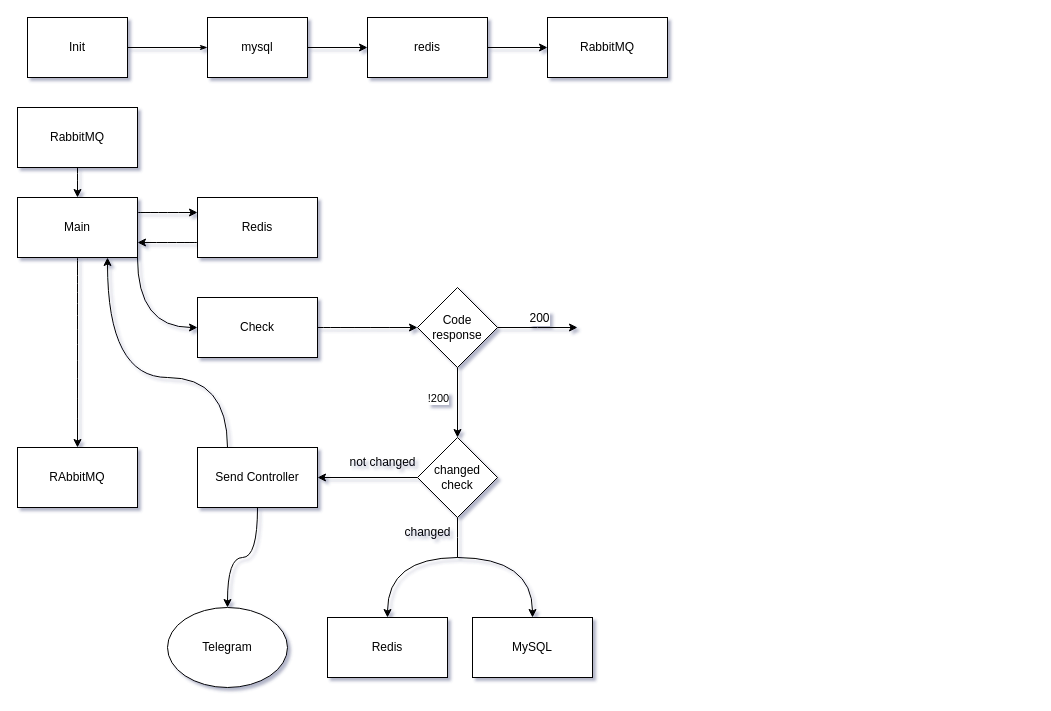
Earlier version of the draw.io diagram CheckService.drawio.xml (kelmik91/checking-websites). Source tidied: cells renumbered, new cells numbered last; positions are measured from the earlier drawing's top-left corner, leaving out a move shared by most shapes. Both pictures are drawn from the tidied source at 100%, with x=0, y=0 at pixel (17, 17).
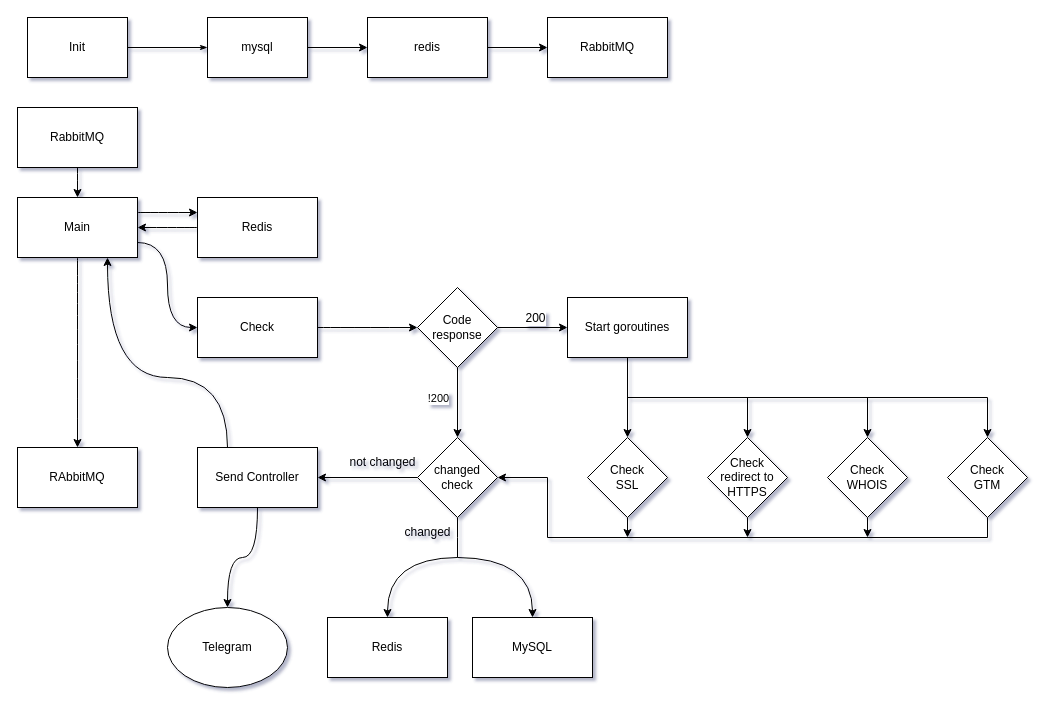
Above is the later version.

Unchanged cells that the change refers to:
```xml
<mxCell id="5" value="Main" style="whiteSpace=wrap;html=1;" parent="1" vertex="1">
  <mxGeometry y="180" width="120" height="60" as="geometry" />
</mxCell>
<mxCell id="9" value="Redis" style="rounded=0;whiteSpace=wrap;html=1;" parent="1" vertex="1">
  <mxGeometry x="180" y="180" width="120" height="60" as="geometry" />
</mxCell>
<mxCell id="18" value="Check" style="rounded=0;whiteSpace=wrap;html=1;" parent="1" vertex="1">
  <mxGeometry x="180" y="280" width="120" height="60" as="geometry" />
</mxCell>
<mxCell id="23" value="Code response" style="rhombus;whiteSpace=wrap;html=1;rounded=0;" parent="1" vertex="1">
  <mxGeometry x="400" y="270" width="80" height="80" as="geometry" />
</mxCell>
<mxCell id="35" value="changed&lt;br&gt;check" style="rhombus;whiteSpace=wrap;html=1;" parent="1" vertex="1">
  <mxGeometry x="400" y="420" width="80" height="80" as="geometry" />
</mxCell>
```

What changed in the source:
```diff
@@
-    <mxCell id="4" style="edgeStyle=orthogonalEdgeStyle;rounded=0;jettySize=auto;html=1;exitX=1;exitY=1;exitDx=0;exitDy=0;entryX=0;entryY=0.5;entryDx=0;entryDy=0;curved=1;" parent="1" edge="1" source="5" target="18">
+    <mxCell id="4" style="edgeStyle=orthogonalEdgeStyle;rounded=0;jettySize=auto;html=1;exitX=1;exitY=0.75;exitDx=0;exitDy=0;entryX=0;entryY=0.5;entryDx=0;entryDy=0;curved=1;" parent="1" edge="1" source="5" target="18">
       <mxGeometry relative="1" as="geometry" />
     </mxCell>
@@
-    <mxCell id="16" style="endArrow=classic;html=1;rounded=0;exitX=0;exitY=0.75;exitDx=0;exitDy=0;entryX=1;entryY=0.75;entryDx=0;entryDy=0;edgeStyle=orthogonalEdgeStyle;curved=1;" parent="1" edge="1" source="9" target="5">
+    <mxCell id="16" style="endArrow=classic;html=1;rounded=0;exitX=0;exitY=0.5;exitDx=0;exitDy=0;entryX=1;entryY=0.5;entryDx=0;entryDy=0;edgeStyle=orthogonalEdgeStyle;curved=1;" parent="1" edge="1" source="9" target="5">
       <mxGeometry relative="1" as="geometry" />
     </mxCell>
@@
-    <mxCell id="21" style="edgeStyle=orthogonalEdgeStyle;rounded=0;jettySize=auto;html=1;" parent="1" edge="1" source="23">
-      <mxGeometry relative="1" as="geometry">
-        <mxPoint x="560" y="310" as="targetPoint" />
-      </mxGeometry>
+    <mxCell id="21" style="edgeStyle=orthogonalEdgeStyle;rounded=0;jettySize=auto;html=1;entryX=0;entryY=0.5;entryDx=0;entryDy=0;" parent="1" edge="1" source="23" target="42">
+      <mxGeometry relative="1" as="geometry" />
     </mxCell>
@@
+    <mxCell id="38" style="edgeStyle=orthogonalEdgeStyle;rounded=0;jettySize=auto;html=1;exitX=0.5;exitY=1;exitDx=0;exitDy=0;entryX=0.5;entryY=0;entryDx=0;entryDy=0;" parent="1" edge="1" source="42" target="44">
+      <mxGeometry relative="1" as="geometry" />
+    </mxCell>
+    <mxCell id="39" style="edgeStyle=orthogonalEdgeStyle;rounded=0;jettySize=auto;html=1;exitX=0.5;exitY=1;exitDx=0;exitDy=0;" parent="1" edge="1" source="42" target="46">
+      <mxGeometry relative="1" as="geometry" />
+    </mxCell>
+    <mxCell id="40" style="edgeStyle=orthogonalEdgeStyle;rounded=0;jettySize=auto;html=1;exitX=0.5;exitY=1;exitDx=0;exitDy=0;entryX=0.5;entryY=0;entryDx=0;entryDy=0;" parent="1" edge="1" source="42" target="48">
+      <mxGeometry relative="1" as="geometry" />
+    </mxCell>
+    <mxCell id="41" style="edgeStyle=orthogonalEdgeStyle;rounded=0;jettySize=auto;html=1;exitX=0.5;exitY=1;exitDx=0;exitDy=0;entryX=0.5;entryY=0;entryDx=0;entryDy=0;" parent="1" edge="1" source="42" target="50">
+      <mxGeometry relative="1" as="geometry" />
+    </mxCell>
+    <mxCell id="42" value="Start goroutines" style="rounded=0;whiteSpace=wrap;html=1;" parent="1" vertex="1">
+      <mxGeometry x="550" y="280" width="120" height="60" as="geometry" />
+    </mxCell>
+    <mxCell id="43" style="edgeStyle=orthogonalEdgeStyle;rounded=0;jettySize=auto;html=1;exitX=0.5;exitY=1;exitDx=0;exitDy=0;" parent="1" edge="1" source="44">
+      <mxGeometry relative="1" as="geometry">
+        <mxPoint x="610" y="520" as="targetPoint" />
+      </mxGeometry>
+    </mxCell>
+    <mxCell id="44" value="Check&lt;br&gt;SSL" style="rhombus;whiteSpace=wrap;html=1;" parent="1" vertex="1">
+      <mxGeometry x="570" y="420" width="80" height="80" as="geometry" />
+    </mxCell>
+    <mxCell id="45" style="edgeStyle=orthogonalEdgeStyle;rounded=0;jettySize=auto;html=1;exitX=0.5;exitY=1;exitDx=0;exitDy=0;" parent="1" edge="1" source="46">
+      <mxGeometry relative="1" as="geometry">
+        <mxPoint x="730" y="520" as="targetPoint" />
+      </mxGeometry>
+    </mxCell>
+    <mxCell id="46" value="Check&lt;br&gt;redirect to&lt;br&gt;HTTPS" style="rhombus;whiteSpace=wrap;html=1;" parent="1" vertex="1">
+      <mxGeometry x="690" y="420" width="80" height="80" as="geometry" />
+    </mxCell>
+    <mxCell id="47" style="edgeStyle=orthogonalEdgeStyle;rounded=0;jettySize=auto;html=1;exitX=0.5;exitY=1;exitDx=0;exitDy=0;" parent="1" edge="1" source="48">
+      <mxGeometry relative="1" as="geometry">
+        <mxPoint x="850" y="520" as="targetPoint" />
+      </mxGeometry>
+    </mxCell>
+    <mxCell id="48" value="Check&lt;br&gt;WHOIS" style="rhombus;whiteSpace=wrap;html=1;" parent="1" vertex="1">
+      <mxGeometry x="810" y="420" width="80" height="80" as="geometry" />
+    </mxCell>
+    <mxCell id="49" style="edgeStyle=orthogonalEdgeStyle;rounded=0;jettySize=auto;html=1;exitX=0.5;exitY=1;exitDx=0;exitDy=0;entryX=1;entryY=0.5;entryDx=0;entryDy=0;" parent="1" edge="1" source="50" target="35">
+      <mxGeometry relative="1" as="geometry">
+        <Array as="points">
+          <mxPoint x="970" y="520" />
+          <mxPoint x="530" y="520" />
+          <mxPoint x="530" y="460" />
+        </Array>
+      </mxGeometry>
+    </mxCell>
+    <mxCell id="50" value="Check&lt;br&gt;GTM" style="rhombus;whiteSpace=wrap;html=1;" parent="1" vertex="1">
+      <mxGeometry x="930" y="420" width="80" height="80" as="geometry" />
+    </mxCell>
```
